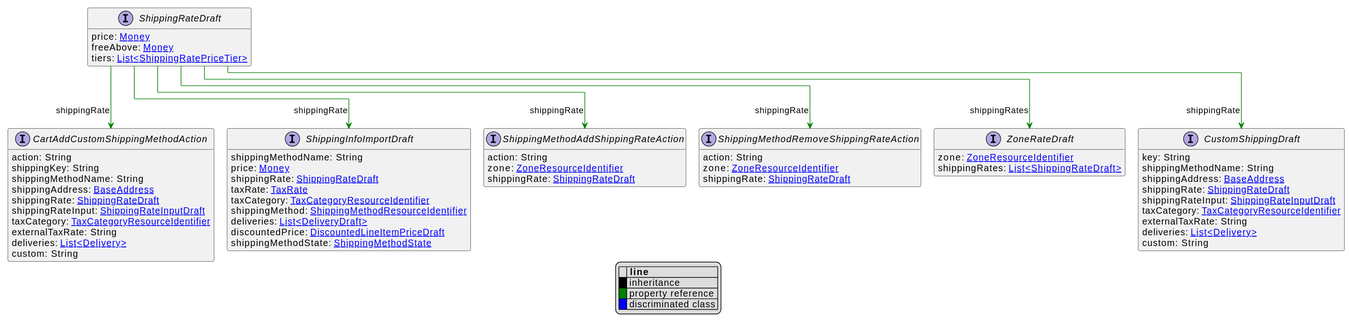
Before: uml/api/svg/ShippingRateDraft.svg, a diagram exported from PlantUML (commercetools/commercetools-api-reference). Source of this version:
```plantuml
@startuml
!pragma layout elk
hide empty fields
hide empty methods
legend
|= |= line |
|<back:black>   </back>| inheritance |
|<back:green>   </back>| property reference |
|<back:blue>   </back>| discriminated class |
endlegend
interface ShippingRateDraft [[ShippingRateDraft.svg]]  {
    price: [[Money.svg Money]]
    freeAbove: [[Money.svg Money]]
    tiers: [[ShippingRatePriceTier.svg List<ShippingRatePriceTier>]]
}



interface ZoneRateDraft [[ZoneRateDraft.svg]]  {
    zone: [[ZoneResourceIdentifier.svg ZoneResourceIdentifier]]
    shippingRates: [[ShippingRateDraft.svg List<ShippingRateDraft>]]
}
interface CustomShippingDraft [[CustomShippingDraft.svg]]  {
    key: String
    shippingMethodName: String
    shippingAddress: [[BaseAddress.svg BaseAddress]]
    shippingRate: [[ShippingRateDraft.svg ShippingRateDraft]]
    shippingRateInput: [[ShippingRateInputDraft.svg ShippingRateInputDraft]]
    taxCategory: [[TaxCategoryResourceIdentifier.svg TaxCategoryResourceIdentifier]]
    externalTaxRate: String
    deliveries: [[Delivery.svg List<Delivery>]]
    custom: String
}
interface CartAddCustomShippingMethodAction [[CartAddCustomShippingMethodAction.svg]]  {
    action: String
    shippingKey: String
    shippingMethodName: String
    shippingAddress: [[BaseAddress.svg BaseAddress]]
    shippingRate: [[ShippingRateDraft.svg ShippingRateDraft]]
    shippingRateInput: [[ShippingRateInputDraft.svg ShippingRateInputDraft]]
    taxCategory: [[TaxCategoryResourceIdentifier.svg TaxCategoryResourceIdentifier]]
    externalTaxRate: String
    deliveries: [[Delivery.svg List<Delivery>]]
    custom: String
}
interface ShippingInfoImportDraft [[ShippingInfoImportDraft.svg]]  {
    shippingMethodName: String
    price: [[Money.svg Money]]
    shippingRate: [[ShippingRateDraft.svg ShippingRateDraft]]
    taxRate: [[TaxRate.svg TaxRate]]
    taxCategory: [[TaxCategoryResourceIdentifier.svg TaxCategoryResourceIdentifier]]
    shippingMethod: [[ShippingMethodResourceIdentifier.svg ShippingMethodResourceIdentifier]]
    deliveries: [[DeliveryDraft.svg List<DeliveryDraft>]]
    discountedPrice: [[DiscountedLineItemPriceDraft.svg DiscountedLineItemPriceDraft]]
    shippingMethodState: [[ShippingMethodState.svg ShippingMethodState]]
}
interface ShippingMethodAddShippingRateAction [[ShippingMethodAddShippingRateAction.svg]]  {
    action: String
    zone: [[ZoneResourceIdentifier.svg ZoneResourceIdentifier]]
    shippingRate: [[ShippingRateDraft.svg ShippingRateDraft]]
}
interface ShippingMethodRemoveShippingRateAction [[ShippingMethodRemoveShippingRateAction.svg]]  {
    action: String
    zone: [[ZoneResourceIdentifier.svg ZoneResourceIdentifier]]
    shippingRate: [[ShippingRateDraft.svg ShippingRateDraft]]
}

ShippingRateDraft --> ZoneRateDraft #green;text:green : "shippingRates"
ShippingRateDraft --> CustomShippingDraft #green;text:green : "shippingRate"
ShippingRateDraft --> CartAddCustomShippingMethodAction #green;text:green : "shippingRate"
ShippingRateDraft --> ShippingInfoImportDraft #green;text:green : "shippingRate"
ShippingRateDraft --> ShippingMethodAddShippingRateAction #green;text:green : "shippingRate"
ShippingRateDraft --> ShippingMethodRemoveShippingRateAction #green;text:green : "shippingRate"
@enduml
```
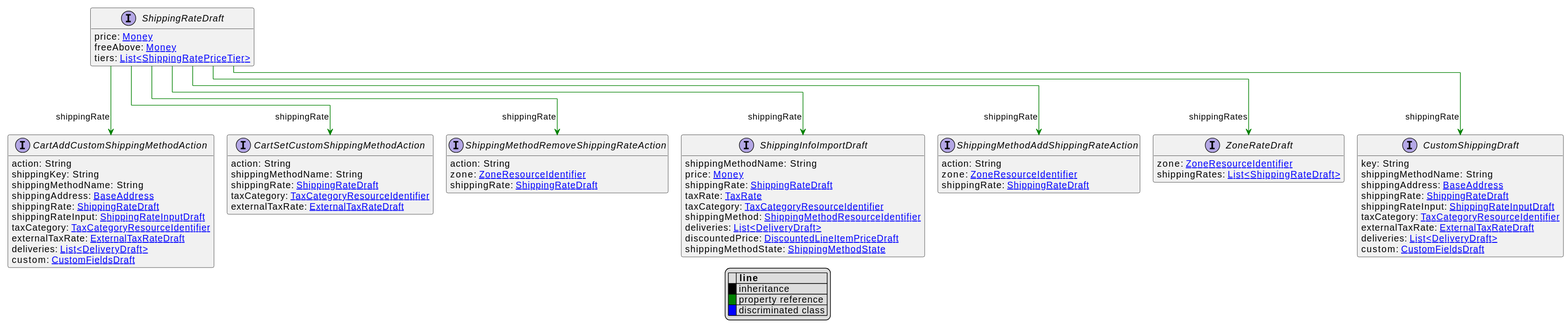
The same diagram one commit later.

What changed in the source:
```diff
@@ -27,9 +27,9 @@
     shippingRate: [[ShippingRateDraft.svg ShippingRateDraft]]
     shippingRateInput: [[ShippingRateInputDraft.svg ShippingRateInputDraft]]
     taxCategory: [[TaxCategoryResourceIdentifier.svg TaxCategoryResourceIdentifier]]
-    externalTaxRate: String
-    deliveries: [[Delivery.svg List<Delivery>]]
-    custom: String
+    externalTaxRate: [[ExternalTaxRateDraft.svg ExternalTaxRateDraft]]
+    deliveries: [[DeliveryDraft.svg List<DeliveryDraft>]]
+    custom: [[CustomFieldsDraft.svg CustomFieldsDraft]]
 }
 interface CartAddCustomShippingMethodAction [[CartAddCustomShippingMethodAction.svg]]  {
     action: String
@@ -39,9 +39,16 @@
     shippingRate: [[ShippingRateDraft.svg ShippingRateDraft]]
     shippingRateInput: [[ShippingRateInputDraft.svg ShippingRateInputDraft]]
     taxCategory: [[TaxCategoryResourceIdentifier.svg TaxCategoryResourceIdentifier]]
-    externalTaxRate: String
-    deliveries: [[Delivery.svg List<Delivery>]]
-    custom: String
+    externalTaxRate: [[ExternalTaxRateDraft.svg ExternalTaxRateDraft]]
+    deliveries: [[DeliveryDraft.svg List<DeliveryDraft>]]
+    custom: [[CustomFieldsDraft.svg CustomFieldsDraft]]
+}
+interface CartSetCustomShippingMethodAction [[CartSetCustomShippingMethodAction.svg]]  {
+    action: String
+    shippingMethodName: String
+    shippingRate: [[ShippingRateDraft.svg ShippingRateDraft]]
+    taxCategory: [[TaxCategoryResourceIdentifier.svg TaxCategoryResourceIdentifier]]
+    externalTaxRate: [[ExternalTaxRateDraft.svg ExternalTaxRateDraft]]
 }
 interface ShippingInfoImportDraft [[ShippingInfoImportDraft.svg]]  {
     shippingMethodName: String
@@ -68,6 +75,7 @@
 ShippingRateDraft --> ZoneRateDraft #green;text:green : "shippingRates"
 ShippingRateDraft --> CustomShippingDraft #green;text:green : "shippingRate"
 ShippingRateDraft --> CartAddCustomShippingMethodAction #green;text:green : "shippingRate"
+ShippingRateDraft --> CartSetCustomShippingMethodAction #green;text:green : "shippingRate"
 ShippingRateDraft --> ShippingInfoImportDraft #green;text:green : "shippingRate"
 ShippingRateDraft --> ShippingMethodAddShippingRateAction #green;text:green : "shippingRate"
 ShippingRateDraft --> ShippingMethodRemoveShippingRateAction #green;text:green : "shippingRate"
```
